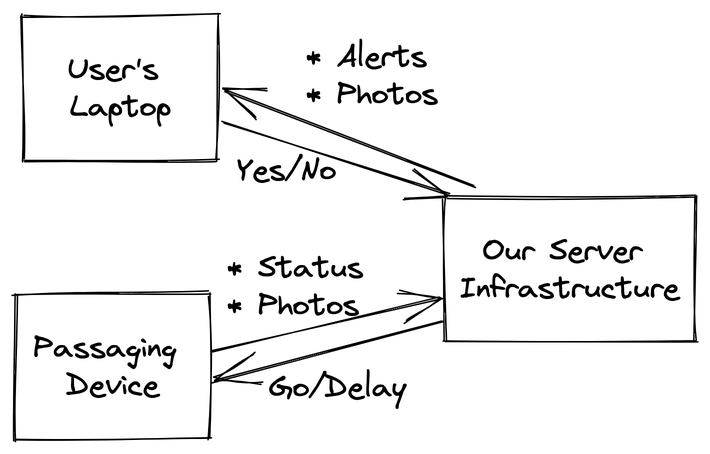
This is high-level.excalidraw.png from alsuren/interview-2022-10-31, a Excalidraw export, as it was before one commit. Source tidied: one line per element, renumbered; positions are measured from the earlier drawing's top-left corner, leaving out a move shared by most shapes. Its diagram source:
```json
{"id": 0, "type": "rectangle", "strokeColor": "#000000", "strokeWidth": 1, "roughness": 1, "x": 0, "y": 186, "width": 130, "height": 97}
{"id": 1, "type": "text", "text": "Passaging \nDevice", "strokeColor": "#000000", "strokeWidth": 1, "roughness": 1, "fontSize": 20, "fontFamily": 1, "textAlign": "center", "verticalAlign": "middle", "inside": 0, "x": 12, "y": 210, "width": 106, "height": 50}
{"id": 2, "type": "rectangle", "strokeColor": "#000000", "strokeWidth": 1, "roughness": 1, "x": 286, "y": 121, "width": 167, "height": 97}
{"id": 3, "type": "text", "text": "Our Server \nInfrastructure", "strokeColor": "#000000", "strokeWidth": 1, "roughness": 1, "fontSize": 20, "fontFamily": 1, "textAlign": "center", "verticalAlign": "middle", "inside": 2, "x": 296, "y": 145, "width": 148, "height": 50}
{"id": 4, "type": "rectangle", "strokeColor": "#000000", "strokeWidth": 1, "roughness": 1, "x": 5, "y": 0, "width": 130, "height": 97}
{"id": 5, "type": "text", "text": "User's \nLaptop", "strokeColor": "#000000", "strokeWidth": 1, "roughness": 1, "fontSize": 20, "fontFamily": 1, "textAlign": "center", "verticalAlign": "middle", "inside": 4, "x": 34, "y": 24, "width": 72, "height": 50}
{"id": 6, "type": "arrow", "strokeColor": "#000000", "strokeWidth": 1, "roughness": 1, "endArrowhead": "arrow", "from": 4, "to": 2, "x": 139, "y": 72, "width": 149, "height": 47, "points": [[0, 0], [149, 47]]}
{"id": 7, "type": "text", "text": "* Status\n* Photos", "strokeColor": "#000000", "strokeWidth": 1, "roughness": 1, "fontSize": 20, "fontFamily": 1, "x": 142, "y": 156, "width": 92, "height": 50}
{"id": 8, "type": "arrow", "strokeColor": "#000000", "strokeWidth": 1, "roughness": 1, "endArrowhead": "arrow", "from": 2, "to": 0, "x": 284, "y": 203, "width": 152, "height": 42, "points": [[0, 0], [-152, 42]]}
{"id": 9, "type": "text", "text": "Go/Delay", "strokeColor": "#000000", "strokeWidth": 1, "roughness": 1, "fontSize": 20, "fontFamily": 1, "x": 169, "y": 236, "width": 93, "height": 25}
{"id": 10, "type": "arrow", "strokeColor": "#000000", "strokeWidth": 1, "roughness": 1, "endArrowhead": "arrow", "from": 2, "to": 4, "x": 306, "y": 116, "width": 166, "height": 65, "points": [[0, 0], [-166, -65]]}
{"id": 11, "type": "text", "text": "* Alerts\n* Photos", "strokeColor": "#000000", "strokeWidth": 1, "roughness": 1, "fontSize": 20, "fontFamily": 1, "x": 194, "y": 16, "width": 90, "height": 50}
{"id": 12, "type": "text", "text": "Yes/No", "strokeColor": "#000000", "strokeWidth": 1, "roughness": 1, "fontSize": 20, "fontFamily": 1, "x": 148, "y": 91, "width": 68, "height": 25}
{"id": 13, "type": "arrow", "strokeColor": "#000000", "strokeWidth": 1, "roughness": 1, "endArrowhead": "arrow", "from": 0, "to": 2, "x": 131, "y": 224, "width": 153, "height": 35, "points": [[0, 0], [153, -35]]}
```
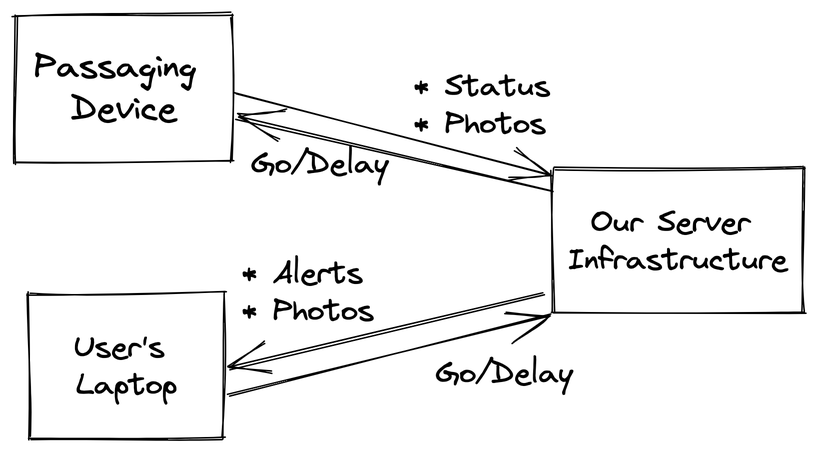
The same diagram one commit later.

Commit message:
high level the right way up

Change to the diagram source:
```diff
@@ -1,14 +1,14 @@
-{"id": 0, "type": "rectangle", "strokeColor": "#000000", "strokeWidth": 1, "roughness": 1, "x": 0, "y": 186, "width": 130, "height": 97}
+{"id": 0, "type": "rectangle", "strokeColor": "#000000", "strokeWidth": 1, "roughness": 1, "x": -10, "y": 16, "width": 145, "height": 98}
-{"id": 1, "type": "text", "text": "Passaging \nDevice", "strokeColor": "#000000", "strokeWidth": 1, "roughness": 1, "fontSize": 20, "fontFamily": 1, "textAlign": "center", "verticalAlign": "middle", "inside": 0, "x": 12, "y": 210, "width": 106, "height": 50}
+{"id": 1, "type": "text", "text": "Passaging \nDevice", "strokeColor": "#000000", "strokeWidth": 1, "roughness": 1, "fontSize": 22.67, "fontFamily": 1, "textAlign": "center", "verticalAlign": "middle", "inside": 0, "x": 3, "y": 37, "width": 120, "height": 56}
-{"id": 2, "type": "rectangle", "strokeColor": "#000000", "strokeWidth": 1, "roughness": 1, "x": 286, "y": 121, "width": 167, "height": 97}
+{"id": 2, "type": "rectangle", "strokeColor": "#000000", "strokeWidth": 1, "roughness": 1, "x": 349, "y": 118, "width": 167, "height": 97}
-{"id": 3, "type": "text", "text": "Our Server \nInfrastructure", "strokeColor": "#000000", "strokeWidth": 1, "roughness": 1, "fontSize": 20, "fontFamily": 1, "textAlign": "center", "verticalAlign": "middle", "inside": 2, "x": 296, "y": 145, "width": 148, "height": 50}
+{"id": 3, "type": "text", "text": "Our Server \nInfrastructure", "strokeColor": "#000000", "strokeWidth": 1, "roughness": 1, "fontSize": 20, "fontFamily": 1, "textAlign": "center", "verticalAlign": "middle", "inside": 2, "x": 358, "y": 142, "width": 148, "height": 50}
-{"id": 4, "type": "rectangle", "strokeColor": "#000000", "strokeWidth": 1, "roughness": 1, "x": 5, "y": 0, "width": 130, "height": 97}
+{"id": 4, "type": "rectangle", "strokeColor": "#000000", "strokeWidth": 1, "roughness": 1, "x": 0, "y": 201, "width": 130, "height": 97}
-{"id": 5, "type": "text", "text": "User's \nLaptop", "strokeColor": "#000000", "strokeWidth": 1, "roughness": 1, "fontSize": 20, "fontFamily": 1, "textAlign": "center", "verticalAlign": "middle", "inside": 4, "x": 34, "y": 24, "width": 72, "height": 50}
+{"id": 5, "type": "text", "text": "User's \nLaptop", "strokeColor": "#000000", "strokeWidth": 1, "roughness": 1, "fontSize": 20, "fontFamily": 1, "textAlign": "center", "verticalAlign": "middle", "inside": 4, "x": 29, "y": 225, "width": 72, "height": 50}
-{"id": 6, "type": "arrow", "strokeColor": "#000000", "strokeWidth": 1, "roughness": 1, "endArrowhead": "arrow", "from": 4, "to": 2, "x": 139, "y": 72, "width": 149, "height": 47, "points": [[0, 0], [149, 47]]}
+{"id": 6, "type": "arrow", "strokeColor": "#000000", "strokeWidth": 1, "roughness": 1, "endArrowhead": "arrow", "from": 4, "to": 2, "x": 133, "y": 270, "width": 213, "height": 55, "points": [[0, 0], [213, -55]]}
-{"id": 7, "type": "text", "text": "* Status\n* Photos", "strokeColor": "#000000", "strokeWidth": 1, "roughness": 1, "fontSize": 20, "fontFamily": 1, "x": 142, "y": 156, "width": 92, "height": 50}
+{"id": 7, "type": "text", "text": "* Status\n* Photos", "strokeColor": "#000000", "strokeWidth": 1, "roughness": 1, "fontSize": 20.02, "fontFamily": 1, "x": 257, "y": 51, "width": 92, "height": 50}
-{"id": 8, "type": "arrow", "strokeColor": "#000000", "strokeWidth": 1, "roughness": 1, "endArrowhead": "arrow", "from": 2, "to": 0, "x": 284, "y": 203, "width": 152, "height": 42, "points": [[0, 0], [-152, 42]]}
+{"id": 8, "type": "arrow", "strokeColor": "#000000", "strokeWidth": 1, "roughness": 1, "endArrowhead": "arrow", "from": 2, "to": 0, "x": 348, "y": 133, "width": 210, "height": 47, "points": [[0, 0], [-210, -47]]}
-{"id": 9, "type": "text", "text": "Go/Delay", "strokeColor": "#000000", "strokeWidth": 1, "roughness": 1, "fontSize": 20, "fontFamily": 1, "x": 169, "y": 236, "width": 93, "height": 25}
+{"id": 9, "type": "text", "text": "Go/Delay", "strokeColor": "#000000", "strokeWidth": 1, "roughness": 1, "fontSize": 20.02, "fontFamily": 1, "x": 148, "y": 103, "width": 93, "height": 25}
-{"id": 10, "type": "arrow", "strokeColor": "#000000", "strokeWidth": 1, "roughness": 1, "endArrowhead": "arrow", "from": 2, "to": 4, "x": 306, "y": 116, "width": 166, "height": 65, "points": [[0, 0], [-166, -65]]}
+{"id": 10, "type": "arrow", "strokeColor": "#000000", "strokeWidth": 1, "roughness": 1, "endArrowhead": "arrow", "from": 2, "to": 4, "x": 343, "y": 203, "width": 209, "height": 49, "points": [[0, 0], [-209, 49]]}
-{"id": 11, "type": "text", "text": "* Alerts\n* Photos", "strokeColor": "#000000", "strokeWidth": 1, "roughness": 1, "fontSize": 20, "fontFamily": 1, "x": 194, "y": 16, "width": 90, "height": 50}
+{"id": 11, "type": "text", "text": "* Alerts\n* Photos", "strokeColor": "#000000", "strokeWidth": 1, "roughness": 1, "fontSize": 20, "fontFamily": 1, "x": 142, "y": 176, "width": 90, "height": 50}
-{"id": 12, "type": "text", "text": "Yes/No", "strokeColor": "#000000", "strokeWidth": 1, "roughness": 1, "fontSize": 20, "fontFamily": 1, "x": 148, "y": 91, "width": 68, "height": 25}
+{"id": 12, "type": "text", "text": "Go/Delay", "strokeColor": "#000000", "strokeWidth": 1, "roughness": 1, "fontSize": 20, "fontFamily": 1, "x": 271, "y": 243, "width": 93, "height": 25}
-{"id": 13, "type": "arrow", "strokeColor": "#000000", "strokeWidth": 1, "roughness": 1, "endArrowhead": "arrow", "from": 0, "to": 2, "x": 131, "y": 224, "width": 153, "height": 35, "points": [[0, 0], [153, -35]]}
+{"id": 13, "type": "arrow", "strokeColor": "#000000", "strokeWidth": 1, "roughness": 1, "endArrowhead": "arrow", "from": 0, "to": 2, "x": 137, "y": 68, "width": 210, "height": 55, "points": [[0, 0], [210, 55]]}
```
